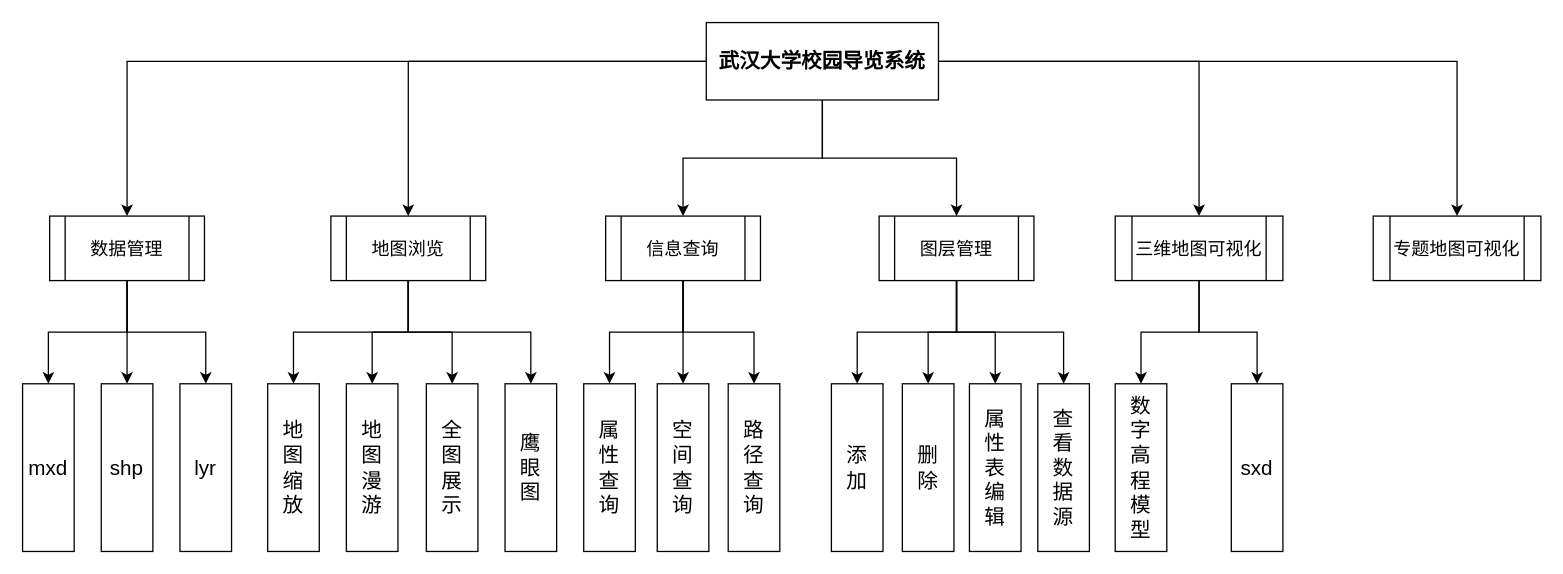
Before: Awesome GIS.drawio in Civitasv/process, a draw.io diagram. Source tidied: cells renumbered, new cells numbered last; positions are measured from the earlier drawing's top-left corner, leaving out a move shared by most shapes. Both pictures are drawn from the tidied source at 129%, with x=0, y=0 at pixel (22, 22).
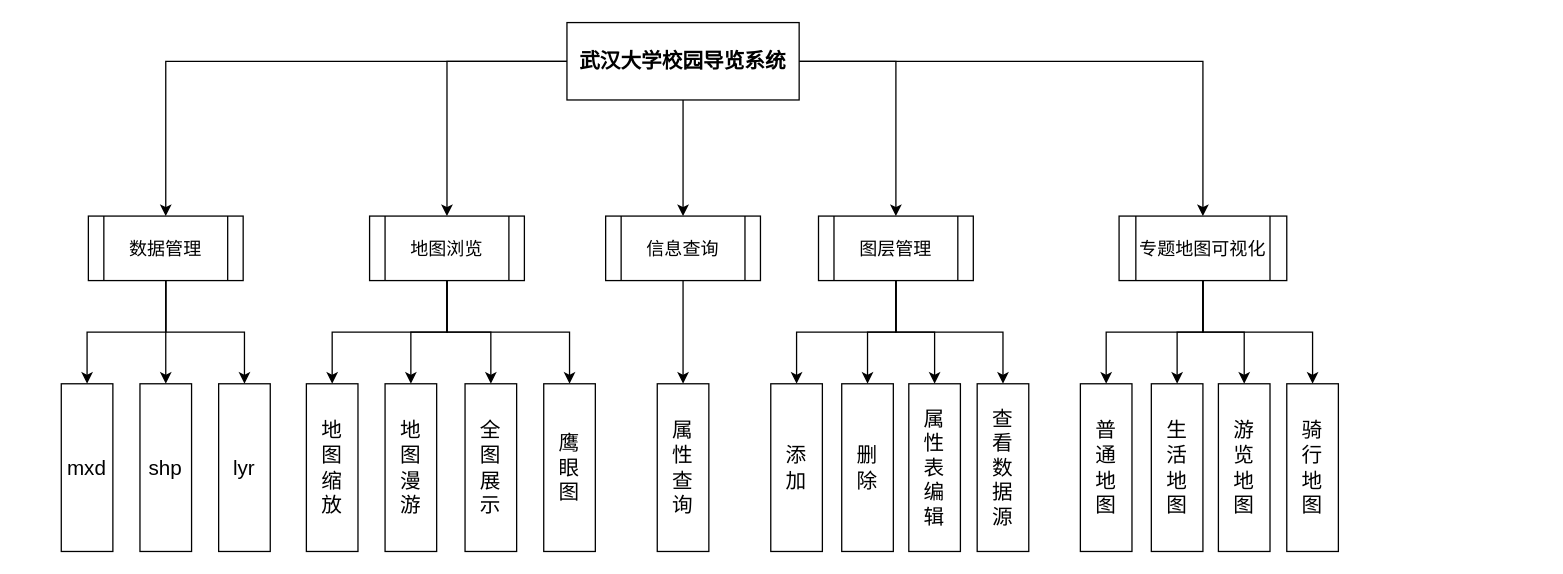
The same diagram, later.

The change refers to these unchanged cells:
```xml
<mxCell id="21" value="&lt;span style=&quot;font-weight: normal&quot;&gt;&lt;font style=&quot;font-size: 14px&quot;&gt;信息查询&lt;/font&gt;&lt;/span&gt;" style="shape=process;whiteSpace=wrap;html=1;backgroundOutline=1;rounded=0;fontSize=16;fontStyle=1;flipH=1;" parent="1" vertex="1">
  <mxGeometry x="452" y="150" width="120" height="50" as="geometry" />
</mxCell>
```

What changed in the source:
```diff
@@
-    <mxCell id="7" style="edgeStyle=orthogonalEdgeStyle;rounded=0;jettySize=auto;html=1;fontSize=16;" parent="1" edge="1" source="8" target="30">
-      <mxGeometry relative="1" as="geometry" />
-    </mxCell>
     <mxCell id="8" value="武汉大学校园导览系统" style="rounded=0;whiteSpace=wrap;html=1;fontSize=16;fontStyle=1;" parent="1" vertex="1">
-      <mxGeometry x="530" width="180" height="60" as="geometry" />
+      <mxGeometry x="422" width="180" height="60" as="geometry" />
     </mxCell>
@@
     <mxCell id="12" value="&lt;span style=&quot;font-weight: normal&quot;&gt;&lt;font style=&quot;font-size: 14px&quot;&gt;数据管理&lt;/font&gt;&lt;/span&gt;" style="shape=process;whiteSpace=wrap;html=1;backgroundOutline=1;rounded=0;fontSize=16;fontStyle=1;flipH=1;" parent="1" vertex="1">
-      <mxGeometry x="21" y="150" width="120" height="50" as="geometry" />
+      <mxGeometry x="51" y="150" width="120" height="50" as="geometry" />
     </mxCell>
@@
     <mxCell id="17" value="&lt;span style=&quot;font-weight: normal&quot;&gt;&lt;font style=&quot;font-size: 14px&quot;&gt;地图浏览&lt;/font&gt;&lt;/span&gt;" style="shape=process;whiteSpace=wrap;html=1;backgroundOutline=1;rounded=0;fontSize=16;fontStyle=1;flipH=1;" parent="1" vertex="1">
-      <mxGeometry x="239" y="150" width="120" height="50" as="geometry" />
+      <mxGeometry x="269" y="150" width="120" height="50" as="geometry" />
     </mxCell>
@@
-    <mxCell id="19" style="edgeStyle=orthogonalEdgeStyle;rounded=0;jettySize=auto;html=1;entryX=0.5;entryY=0;entryDx=0;entryDy=0;fontSize=16;" parent="1" edge="1" source="21" target="39">
-      <mxGeometry relative="1" as="geometry" />
-    </mxCell>
-    <mxCell id="20" style="edgeStyle=orthogonalEdgeStyle;rounded=0;jettySize=auto;html=1;entryX=0.5;entryY=0;entryDx=0;entryDy=0;fontSize=16;" parent="1" edge="1" source="21" target="40">
-      <mxGeometry relative="1" as="geometry" />
-    </mxCell>
@@
     <mxCell id="26" value="&lt;span style=&quot;font-weight: normal&quot;&gt;&lt;font style=&quot;font-size: 14px&quot;&gt;图层管理&lt;/font&gt;&lt;/span&gt;" style="shape=process;whiteSpace=wrap;html=1;backgroundOutline=1;rounded=0;fontSize=16;fontStyle=1;flipH=1;" parent="1" vertex="1">
-      <mxGeometry x="664" y="150" width="120" height="50" as="geometry" />
+      <mxGeometry x="617" y="150" width="120" height="50" as="geometry" />
     </mxCell>
+    <mxCell id="47" style="edgeStyle=orthogonalEdgeStyle;rounded=0;jettySize=auto;html=1;entryX=0.5;entryY=0;entryDx=0;entryDy=0;" parent="1" edge="1" source="27" target="51">
+      <mxGeometry relative="1" as="geometry" />
+    </mxCell>
+    <mxCell id="48" style="edgeStyle=orthogonalEdgeStyle;rounded=0;jettySize=auto;html=1;entryX=0.5;entryY=0;entryDx=0;entryDy=0;" parent="1" edge="1" source="27" target="52">
+      <mxGeometry relative="1" as="geometry" />
+    </mxCell>
+    <mxCell id="49" style="edgeStyle=orthogonalEdgeStyle;rounded=0;jettySize=auto;html=1;entryX=0.5;entryY=0;entryDx=0;entryDy=0;" parent="1" edge="1" source="27" target="53">
+      <mxGeometry relative="1" as="geometry" />
+    </mxCell>
+    <mxCell id="50" style="edgeStyle=orthogonalEdgeStyle;rounded=0;jettySize=auto;html=1;entryX=0.5;entryY=0;entryDx=0;entryDy=0;" parent="1" edge="1" source="27" target="54">
+      <mxGeometry relative="1" as="geometry" />
+    </mxCell>
     <mxCell id="27" value="&lt;span style=&quot;font-weight: normal&quot;&gt;&lt;font style=&quot;font-size: 14px&quot;&gt;专题地图可视化&lt;/font&gt;&lt;/span&gt;" style="shape=process;whiteSpace=wrap;html=1;backgroundOutline=1;rounded=0;fontSize=16;fontStyle=1;flipH=1;" parent="1" vertex="1">
-      <mxGeometry x="1047" y="150" width="130" height="50" as="geometry" />
+      <mxGeometry x="850" y="150" width="130" height="50" as="geometry" />
     </mxCell>
-    <mxCell id="28" style="edgeStyle=orthogonalEdgeStyle;rounded=0;jettySize=auto;html=1;entryX=0.5;entryY=0;entryDx=0;entryDy=0;fontSize=16;" parent="1" edge="1" source="30" target="45">
-      <mxGeometry relative="1" as="geometry" />
-    </mxCell>
-    <mxCell id="29" style="edgeStyle=orthogonalEdgeStyle;rounded=0;jettySize=auto;html=1;entryX=0.5;entryY=0;entryDx=0;entryDy=0;fontSize=16;" parent="1" edge="1" source="30" target="46">
-      <mxGeometry relative="1" as="geometry" />
-    </mxCell>
-    <mxCell id="30" value="&lt;span style=&quot;font-weight: normal&quot;&gt;&lt;font style=&quot;font-size: 14px&quot;&gt;三维地图可视化&lt;/font&gt;&lt;/span&gt;" style="shape=process;whiteSpace=wrap;html=1;backgroundOutline=1;rounded=0;fontSize=16;fontStyle=1;flipH=1;" parent="1" vertex="1">
-      <mxGeometry x="847" y="150" width="130" height="50" as="geometry" />
-    </mxCell>
     <mxCell id="31" value="mxd" style="rounded=0;whiteSpace=wrap;html=1;fontSize=16;" parent="1" vertex="1">
-      <mxGeometry y="280" width="40" height="130" as="geometry" />
+      <mxGeometry x="30" y="280" width="40" height="130" as="geometry" />
     </mxCell>
     <mxCell id="32" value="shp" style="rounded=0;whiteSpace=wrap;html=1;fontSize=16;" parent="1" vertex="1">
-      <mxGeometry x="61" y="280" width="40" height="130" as="geometry" />
+      <mxGeometry x="91" y="280" width="40" height="130" as="geometry" />
     </mxCell>
     <mxCell id="33" value="lyr" style="rounded=0;whiteSpace=wrap;html=1;fontSize=16;" parent="1" vertex="1">
-      <mxGeometry x="122" y="280" width="40" height="130" as="geometry" />
+      <mxGeometry x="152" y="280" width="40" height="130" as="geometry" />
     </mxCell>
     <mxCell id="34" value="地&lt;br&gt;图&lt;br&gt;缩&lt;br&gt;放" style="rounded=0;whiteSpace=wrap;html=1;fontSize=16;" parent="1" vertex="1">
-      <mxGeometry x="190" y="280" width="40" height="130" as="geometry" />
+      <mxGeometry x="220" y="280" width="40" height="130" as="geometry" />
     </mxCell>
     <mxCell id="35" value="地&lt;br&gt;图&lt;br&gt;漫&lt;br&gt;游" style="rounded=0;whiteSpace=wrap;html=1;fontSize=16;" parent="1" vertex="1">
-      <mxGeometry x="251" y="280" width="40" height="130" as="geometry" />
+      <mxGeometry x="281" y="280" width="40" height="130" as="geometry" />
     </mxCell>
     <mxCell id="36" value="全&lt;br&gt;图&lt;br&gt;展&lt;br&gt;示" style="rounded=0;whiteSpace=wrap;html=1;fontSize=16;" parent="1" vertex="1">
-      <mxGeometry x="313" y="280" width="40" height="130" as="geometry" />
+      <mxGeometry x="343" y="280" width="40" height="130" as="geometry" />
     </mxCell>
     <mxCell id="37" value="鹰&lt;br&gt;眼&lt;br&gt;图" style="rounded=0;whiteSpace=wrap;html=1;fontSize=16;" parent="1" vertex="1">
-      <mxGeometry x="374" y="280" width="40" height="130" as="geometry" />
+      <mxGeometry x="404" y="280" width="40" height="130" as="geometry" />
     </mxCell>
     <mxCell id="38" value="属&lt;br&gt;性&lt;br&gt;查&lt;br&gt;询" style="rounded=0;whiteSpace=wrap;html=1;fontSize=16;" parent="1" vertex="1">
-      <mxGeometry x="435" y="280" width="40" height="130" as="geometry" />
+      <mxGeometry x="492" y="280" width="40" height="130" as="geometry" />
     </mxCell>
-    <mxCell id="39" value="空&lt;br&gt;间&lt;br&gt;查&lt;br&gt;询" style="rounded=0;whiteSpace=wrap;html=1;fontSize=16;" parent="1" vertex="1">
-      <mxGeometry x="492" y="280" width="40" height="130" as="geometry" />
-    </mxCell>
-    <mxCell id="40" value="路&lt;br&gt;径&lt;br&gt;查&lt;br&gt;询" style="rounded=0;whiteSpace=wrap;html=1;fontSize=16;" parent="1" vertex="1">
-      <mxGeometry x="547" y="280" width="40" height="130" as="geometry" />
-    </mxCell>
     <mxCell id="41" value="添&lt;br&gt;加" style="rounded=0;whiteSpace=wrap;html=1;fontSize=16;" parent="1" vertex="1">
-      <mxGeometry x="627" y="280" width="40" height="130" as="geometry" />
+      <mxGeometry x="580" y="280" width="40" height="130" as="geometry" />
     </mxCell>
     <mxCell id="42" value="删&lt;br&gt;除" style="rounded=0;whiteSpace=wrap;html=1;fontSize=16;" parent="1" vertex="1">
-      <mxGeometry x="682" y="280" width="40" height="130" as="geometry" />
+      <mxGeometry x="635" y="280" width="40" height="130" as="geometry" />
     </mxCell>
     <mxCell id="43" value="属&lt;br&gt;性&lt;br&gt;表&lt;br&gt;编&lt;br&gt;辑" style="rounded=0;whiteSpace=wrap;html=1;fontSize=16;" parent="1" vertex="1">
-      <mxGeometry x="734" y="280" width="40" height="130" as="geometry" />
+      <mxGeometry x="687" y="280" width="40" height="130" as="geometry" />
     </mxCell>
     <mxCell id="44" value="查&lt;br&gt;看&lt;br&gt;数&lt;br&gt;据&lt;br&gt;源" style="rounded=0;whiteSpace=wrap;html=1;fontSize=16;" parent="1" vertex="1">
-      <mxGeometry x="787" y="280" width="40" height="130" as="geometry" />
+      <mxGeometry x="740" y="280" width="40" height="130" as="geometry" />
     </mxCell>
-    <mxCell id="45" value="数&lt;br&gt;字&lt;br&gt;高&lt;br&gt;程&lt;br&gt;模&lt;br&gt;型" style="rounded=0;whiteSpace=wrap;html=1;fontSize=16;" parent="1" vertex="1">
-      <mxGeometry x="847" y="280" width="40" height="130" as="geometry" />
-    </mxCell>
-    <mxCell id="46" value="sxd" style="rounded=0;whiteSpace=wrap;html=1;fontSize=16;" parent="1" vertex="1">
-      <mxGeometry x="937" y="280" width="40" height="130" as="geometry" />
-    </mxCell>
+    <mxCell id="51" value="普&lt;br&gt;通&lt;br&gt;地&lt;br&gt;图" style="rounded=0;whiteSpace=wrap;html=1;fontSize=16;" parent="1" vertex="1">
+      <mxGeometry x="820" y="280" width="40" height="130" as="geometry" />
+    </mxCell>
+    <mxCell id="52" value="生&lt;br&gt;活&lt;br&gt;地&lt;br&gt;图" style="rounded=0;whiteSpace=wrap;html=1;fontSize=16;" parent="1" vertex="1">
+      <mxGeometry x="875" y="280" width="40" height="130" as="geometry" />
+    </mxCell>
+    <mxCell id="53" value="游&lt;br&gt;览&lt;br&gt;地&lt;br&gt;图" style="rounded=0;whiteSpace=wrap;html=1;fontSize=16;" parent="1" vertex="1">
+      <mxGeometry x="927" y="280" width="40" height="130" as="geometry" />
+    </mxCell>
+    <mxCell id="54" value="骑&lt;br&gt;行&lt;br&gt;地&lt;br&gt;图" style="rounded=0;whiteSpace=wrap;html=1;fontSize=16;" parent="1" vertex="1">
+      <mxGeometry x="980" y="280" width="40" height="130" as="geometry" />
+    </mxCell>
```
